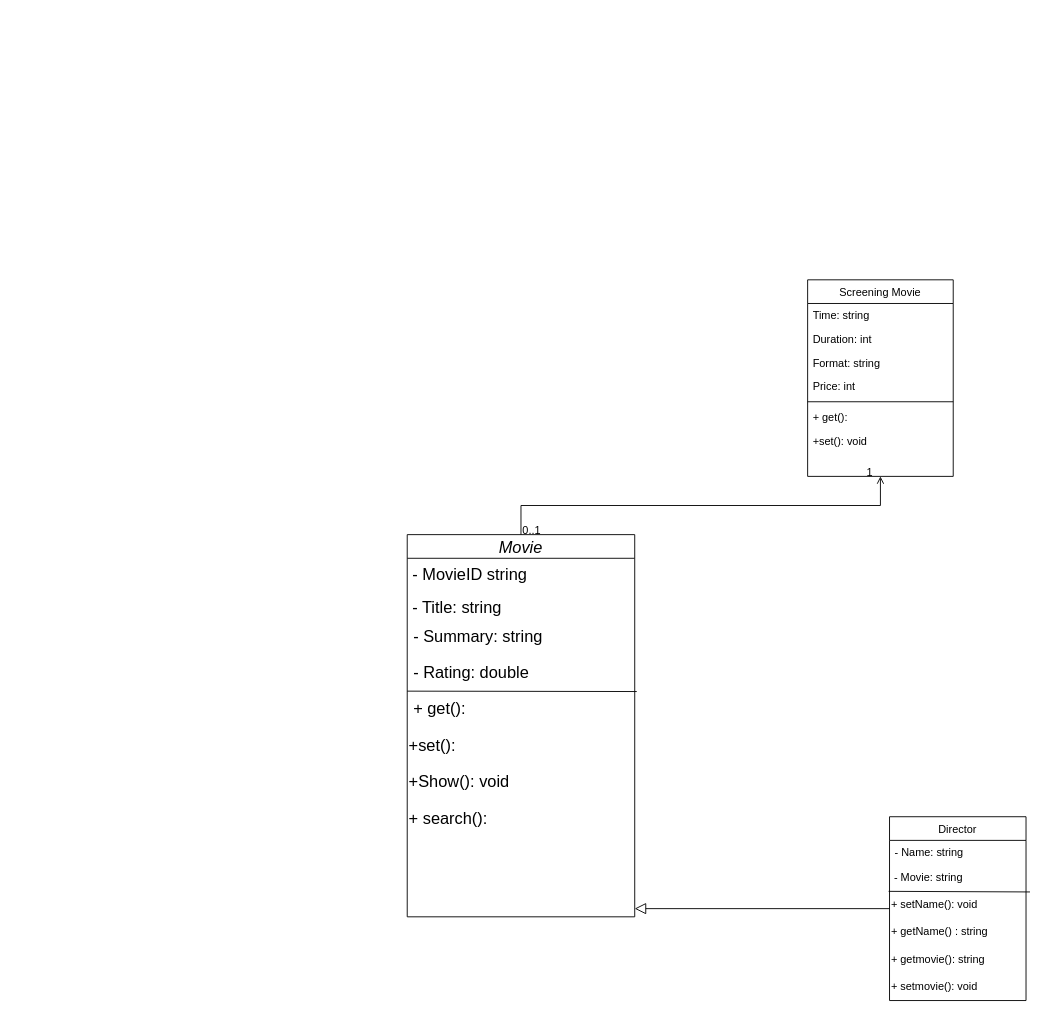
Earlier version of the draw.io diagram class_diagram.drawio (hoangluu18/PBL2_DUT). Source tidied: cells renumbered, new cells numbered last; positions are measured from the earlier drawing's top-left corner, leaving out a move shared by most shapes. Both pictures are drawn from the tidied source at 91%, with x=0, y=0 at pixel (407, 279).
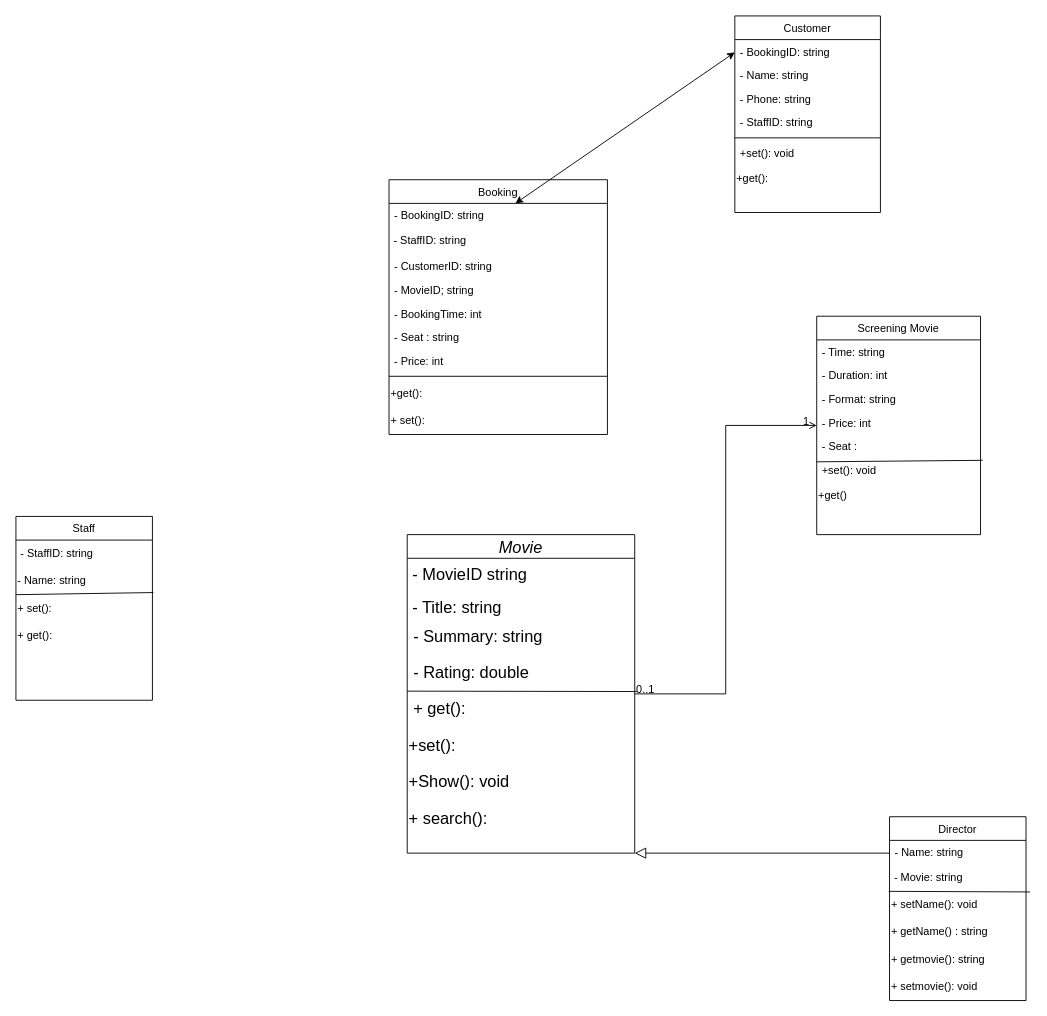
After the change.

Commit message:
Diagram moi

The edit, as a diff of the source:
```diff
@@
     <mxCell id="2" value="Movie" style="swimlane;fontStyle=2;align=center;verticalAlign=middle;horizontal=1;startSize=26;rounded=0;shadow=0;strokeWidth=1;fontSize=18;" parent="1" vertex="1">
-      <mxGeometry y="280" width="250" height="420" as="geometry" />
+      <mxGeometry y="280" width="250" height="350" as="geometry" />
     </mxCell>
@@
     <mxCell id="21" value="Screening Movie" style="swimlane;fontStyle=0;align=center;verticalAlign=top;horizontal=1;startSize=26;rounded=0;shadow=0;strokeWidth=1;" parent="1" vertex="1">
-      <mxGeometry x="440" width="160" height="216" as="geometry" />
+      <mxGeometry x="450" y="40" width="180" height="240" as="geometry" />
     </mxCell>
-    <mxCell id="22" value="Time: string" style="text;align=left;verticalAlign=top;spacingLeft=4;spacingRight=4;overflow=hidden;rounded=0;shadow=0;html=0;" parent="21" vertex="1">
-      <mxGeometry y="26" width="160" height="26" as="geometry" />
+    <mxCell id="22" value="- Time: string" style="text;align=left;verticalAlign=top;spacingLeft=4;spacingRight=4;overflow=hidden;rounded=0;shadow=0;html=0;" parent="21" vertex="1">
+      <mxGeometry y="26" width="180" height="26" as="geometry" />
     </mxCell>
-    <mxCell id="23" value="Duration: int" style="text;align=left;verticalAlign=top;spacingLeft=4;spacingRight=4;overflow=hidden;" parent="21" vertex="1">
-      <mxGeometry y="52" width="160" height="26" as="geometry" />
+    <mxCell id="23" value="- Duration: int" style="text;align=left;verticalAlign=top;spacingLeft=4;spacingRight=4;overflow=hidden;" parent="21" vertex="1">
+      <mxGeometry y="52" width="180" height="26" as="geometry" />
     </mxCell>
-    <mxCell id="24" value="Format: string" style="text;align=left;verticalAlign=top;spacingLeft=4;spacingRight=4;overflow=hidden;rounded=0;shadow=0;html=0;" parent="21" vertex="1">
-      <mxGeometry y="78" width="160" height="26" as="geometry" />
+    <mxCell id="24" value="- Format: string" style="text;align=left;verticalAlign=top;spacingLeft=4;spacingRight=4;overflow=hidden;rounded=0;shadow=0;html=0;" parent="21" vertex="1">
+      <mxGeometry y="78" width="180" height="26" as="geometry" />
     </mxCell>
-    <mxCell id="25" value="Price: int" style="text;align=left;verticalAlign=top;spacingLeft=4;spacingRight=4;overflow=hidden;rounded=0;shadow=0;html=0;" parent="21" vertex="1">
-      <mxGeometry y="104" width="160" height="26" as="geometry" />
+    <mxCell id="25" value="- Price: int" style="text;align=left;verticalAlign=top;spacingLeft=4;spacingRight=4;overflow=hidden;rounded=0;shadow=0;html=0;" parent="21" vertex="1">
+      <mxGeometry y="104" width="180" height="26" as="geometry" />
     </mxCell>
-    <mxCell id="26" style="line;html=1;strokeWidth=1;align=left;verticalAlign=middle;spacingTop=-1;spacingLeft=3;spacingRight=3;labelPosition=right;" parent="21" vertex="1">
-      <mxGeometry y="130" width="160" height="8" as="geometry" />
-    </mxCell>
+    <mxCell id="32" style="endArrow=none;html=1;entryX=1.013;entryY=0.09;entryDx=0;entryDy=0;entryPerimeter=0;" parent="21" edge="1" target="28">
+      <mxGeometry relative="1" as="geometry">
+        <mxPoint y="160" as="sourcePoint" />
+      </mxGeometry>
+    </mxCell>
-    <mxCell id="27" value="+ get(): " style="text;align=left;verticalAlign=top;spacingLeft=4;spacingRight=4;overflow=hidden;" parent="21" vertex="1">
-      <mxGeometry y="138" width="160" height="26" as="geometry" />
+    <mxCell id="27" value="- Seat :" style="text;align=left;verticalAlign=top;spacingLeft=4;spacingRight=4;overflow=hidden;" parent="21" vertex="1">
+      <mxGeometry y="130" width="180" height="26" as="geometry" />
     </mxCell>
     <mxCell id="28" value="+set(): void" style="text;align=left;verticalAlign=top;spacingLeft=4;spacingRight=4;overflow=hidden;points=[[0,0.5],[1,0.5]];portConstraint=eastwest;" parent="21" vertex="1">
-      <mxGeometry y="164" width="160" height="26" as="geometry" />
+      <mxGeometry y="156" width="180" height="26" as="geometry" />
     </mxCell>
+    <mxCell id="33" value="+get()" style="text;html=1;align=left;verticalAlign=middle;strokeColor=none;fillColor=none;" parent="21" vertex="1">
+      <mxGeometry y="182" width="180" height="30" as="geometry" />
+    </mxCell>
@@
+    <mxCell id="34" value="Booking" style="swimlane;fontStyle=0;align=center;verticalAlign=top;horizontal=1;startSize=26;rounded=0;shadow=0;strokeWidth=1;" parent="1" vertex="1">
+      <mxGeometry x="-20" y="-110" width="240" height="280" as="geometry" />
+    </mxCell>
+    <mxCell id="35" value="- BookingID: string" style="text;align=left;verticalAlign=top;spacingLeft=4;spacingRight=4;overflow=hidden;points=[[0,0.5],[1,0.5]];portConstraint=eastwest;rounded=0;shadow=0;html=0;" parent="34" vertex="1">
+      <mxGeometry y="26" width="240" height="26" as="geometry" />
+    </mxCell>
+    <mxCell id="36" value="&amp;nbsp;- StaffID: string" style="text;html=1;align=left;verticalAlign=middle;strokeColor=none;fillColor=none;" parent="34" vertex="1">
+      <mxGeometry y="52" width="240" height="30" as="geometry" />
+    </mxCell>
+    <mxCell id="37" value="- CustomerID: string" style="text;align=left;verticalAlign=top;spacingLeft=4;spacingRight=4;overflow=hidden;" parent="34" vertex="1">
+      <mxGeometry y="82" width="240" height="26" as="geometry" />
+    </mxCell>
+    <mxCell id="38" value="- MovieID; string" style="text;align=left;verticalAlign=top;spacingLeft=4;spacingRight=4;overflow=hidden;rounded=0;shadow=0;html=0;" parent="34" vertex="1">
+      <mxGeometry y="108" width="240" height="26" as="geometry" />
+    </mxCell>
+    <mxCell id="39" value="- BookingTime: int" style="text;align=left;verticalAlign=top;spacingLeft=4;spacingRight=4;overflow=hidden;rounded=0;shadow=0;html=0;" parent="34" vertex="1">
+      <mxGeometry y="134" width="240" height="26" as="geometry" />
+    </mxCell>
+    <mxCell id="40" value="- Seat : string" style="text;align=left;verticalAlign=top;spacingLeft=4;spacingRight=4;overflow=hidden;" parent="34" vertex="1">
+      <mxGeometry y="160" width="240" height="26" as="geometry" />
+    </mxCell>
+    <mxCell id="41" value="- Price: int" style="text;align=left;verticalAlign=top;spacingLeft=4;spacingRight=4;overflow=hidden;" parent="34" vertex="1">
+      <mxGeometry y="186" width="240" height="26" as="geometry" />
+    </mxCell>
+    <mxCell id="42" style="line;html=1;strokeWidth=1;align=left;verticalAlign=middle;spacingTop=-1;spacingLeft=3;spacingRight=3;labelPosition=right;" parent="34" vertex="1">
+      <mxGeometry y="212" width="240" height="8" as="geometry" />
+    </mxCell>
+    <mxCell id="43" value="+get():" style="text;html=1;align=left;verticalAlign=middle;strokeColor=none;fillColor=none;" parent="34" vertex="1">
+      <mxGeometry y="220" width="240" height="30" as="geometry" />
+    </mxCell>
+    <mxCell id="44" value="+ set():" style="text;html=1;align=left;verticalAlign=middle;strokeColor=none;fillColor=none;" parent="34" vertex="1">
+      <mxGeometry y="250" width="240" height="30" as="geometry" />
+    </mxCell>
+    <mxCell id="45" value="Customer" style="swimlane;fontStyle=0;align=center;verticalAlign=top;horizontal=1;startSize=26;rounded=0;shadow=0;strokeWidth=1;" parent="1" vertex="1">
+      <mxGeometry x="360" y="-290" width="160" height="216" as="geometry" />
+    </mxCell>
+    <mxCell id="46" value="- BookingID: string" style="text;align=left;verticalAlign=top;spacingLeft=4;spacingRight=4;overflow=hidden;rounded=0;shadow=0;html=0;" parent="45" vertex="1">
+      <mxGeometry y="26" width="160" height="26" as="geometry" />
+    </mxCell>
+    <mxCell id="47" value="- Name: string" style="text;align=left;verticalAlign=top;spacingLeft=4;spacingRight=4;overflow=hidden;rounded=0;shadow=0;html=0;" parent="45" vertex="1">
+      <mxGeometry y="52" width="160" height="26" as="geometry" />
+    </mxCell>
+    <mxCell id="48" value="- Phone: string" style="text;align=left;verticalAlign=top;spacingLeft=4;spacingRight=4;overflow=hidden;rounded=0;shadow=0;html=0;" parent="45" vertex="1">
+      <mxGeometry y="78" width="160" height="26" as="geometry" />
+    </mxCell>
+    <mxCell id="49" value="- StaffID: string" style="text;align=left;verticalAlign=top;spacingLeft=4;spacingRight=4;overflow=hidden;" parent="45" vertex="1">
+      <mxGeometry y="104" width="160" height="26" as="geometry" />
+    </mxCell>
+    <mxCell id="26" style="line;html=1;strokeWidth=1;align=left;verticalAlign=middle;spacingTop=-1;spacingLeft=3;spacingRight=3;labelPosition=right;" parent="45" vertex="1">
+      <mxGeometry y="130" width="160" height="8" as="geometry" />
+    </mxCell>
+    <mxCell id="50" value="+set(): void" style="text;align=left;verticalAlign=top;spacingLeft=4;spacingRight=4;overflow=hidden;" parent="45" vertex="1">
+      <mxGeometry y="138" width="160" height="26" as="geometry" />
+    </mxCell>
+    <mxCell id="51" value="+get():&amp;nbsp;" style="text;html=1;align=left;verticalAlign=middle;strokeColor=none;fillColor=none;" parent="45" vertex="1">
+      <mxGeometry y="164" width="160" height="30" as="geometry" />
+    </mxCell>
+    <mxCell id="52" style="endArrow=classic;startArrow=classic;html=1;" parent="1" edge="1" source="35">
+      <mxGeometry relative="1" as="geometry">
+        <mxPoint x="360" y="-250" as="targetPoint" />
+      </mxGeometry>
+    </mxCell>
+    <mxCell id="53" value="Staff" style="swimlane;fontStyle=0;align=center;verticalAlign=top;horizontal=1;startSize=26;rounded=0;shadow=0;strokeWidth=1;" parent="1" vertex="1">
+      <mxGeometry x="-430" y="260" width="150" height="202" as="geometry" />
+    </mxCell>
+    <mxCell id="54" value="&amp;nbsp;- StaffID: string" style="text;html=1;align=left;verticalAlign=middle;strokeColor=none;fillColor=none;" parent="53" vertex="1">
+      <mxGeometry y="26" width="150" height="30" as="geometry" />
+    </mxCell>
+    <mxCell id="55" value="- Name: string" style="text;html=1;align=left;verticalAlign=middle;strokeColor=none;fillColor=none;" parent="53" vertex="1">
+      <mxGeometry y="56" width="150" height="30" as="geometry" />
+    </mxCell>
+    <mxCell id="56" style="endArrow=none;html=1;entryX=1.007;entryY=-0.078;entryDx=0;entryDy=0;entryPerimeter=0;" parent="53" edge="1" target="57">
+      <mxGeometry relative="1" as="geometry">
+        <mxPoint y="86" as="sourcePoint" />
+      </mxGeometry>
+    </mxCell>
+    <mxCell id="57" value="+ set():" style="text;html=1;align=left;verticalAlign=middle;points=[];strokeColor=none;fillColor=none;" parent="53" vertex="1">
+      <mxGeometry y="86" width="150" height="30" as="geometry" />
+    </mxCell>
+    <mxCell id="58" value="+ get():" style="text;html=1;align=left;verticalAlign=middle;strokeColor=none;fillColor=none;" parent="53" vertex="1">
+      <mxGeometry y="116" width="150" height="30" as="geometry" />
+    </mxCell>
```
